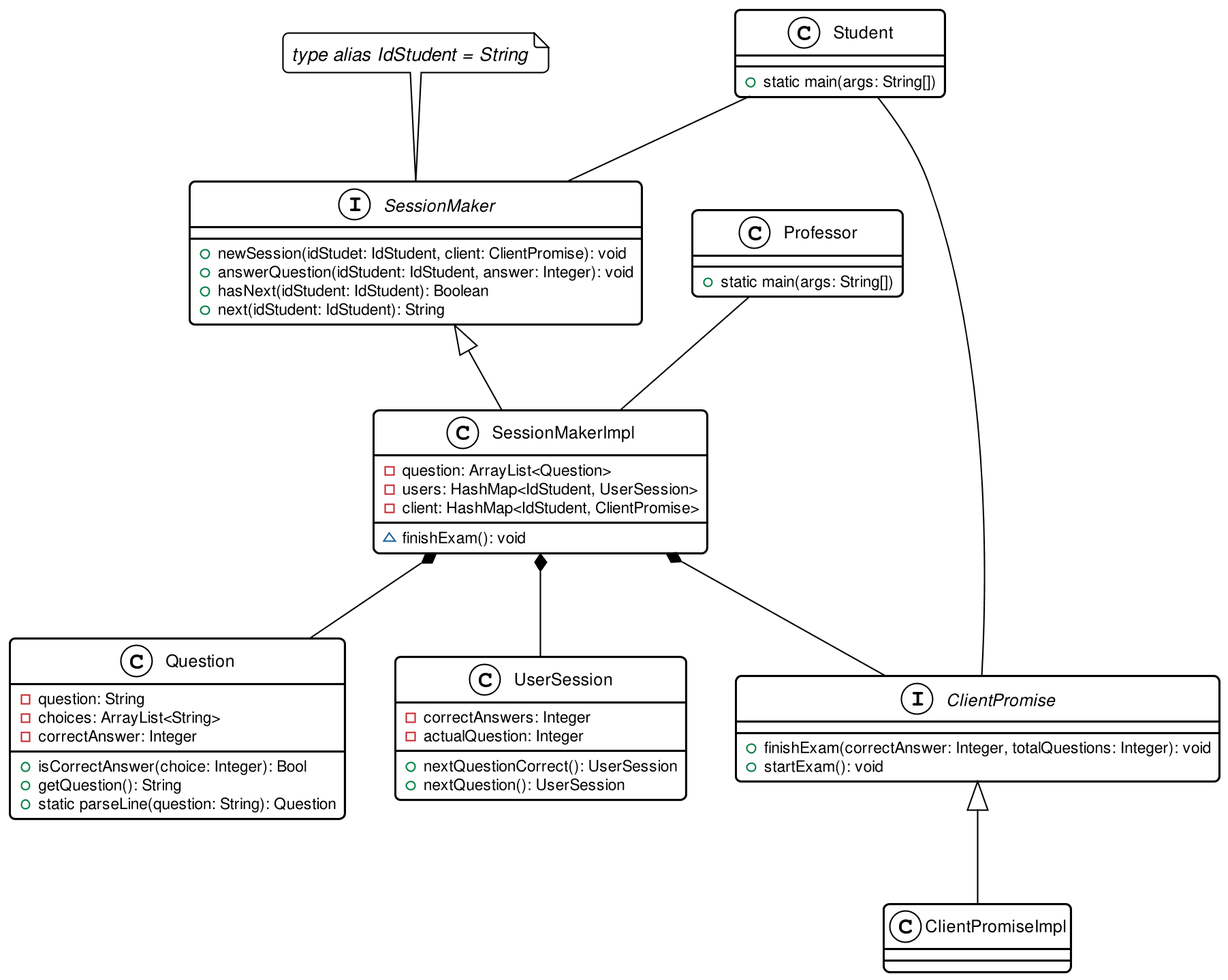
sergisi/java-rmi keeps this PlantUML diagram as doc/img/uml-classes.png. Above is the earlier version.
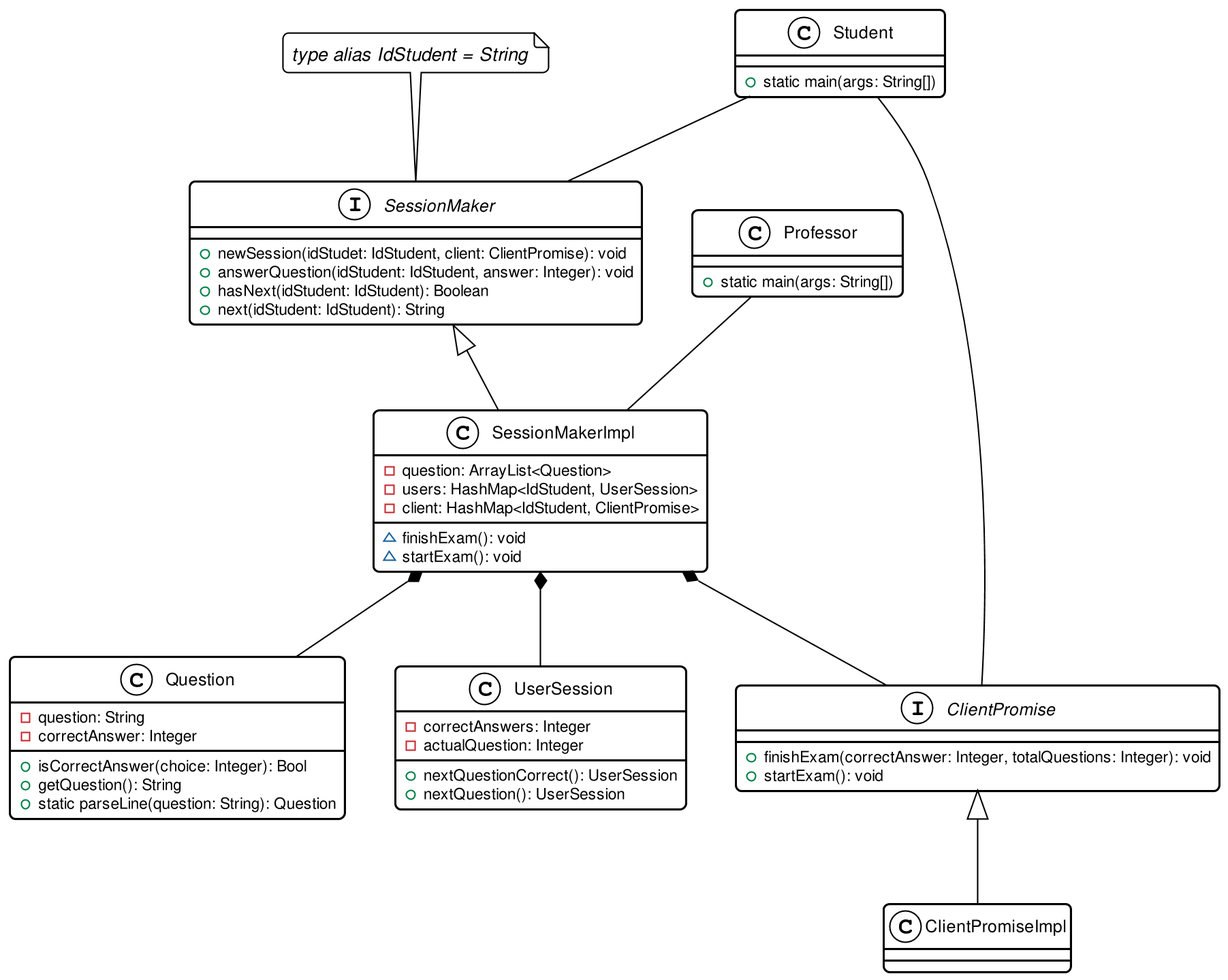
The same diagram one commit later.

Change to the diagram source:
```diff
@@ -15,11 +15,11 @@
     - users: HashMap<IdStudent, UserSession>
     - client: HashMap<IdStudent, ClientPromise>
     ~ finishExam(): void
+    ~ startExam(): void
 }
 
 class Question {
     - question: String
-    - choices: ArrayList<String>
     - correctAnswer: Integer
     + isCorrectAnswer(choice: Integer): Bool
     + getQuestion(): String
```
